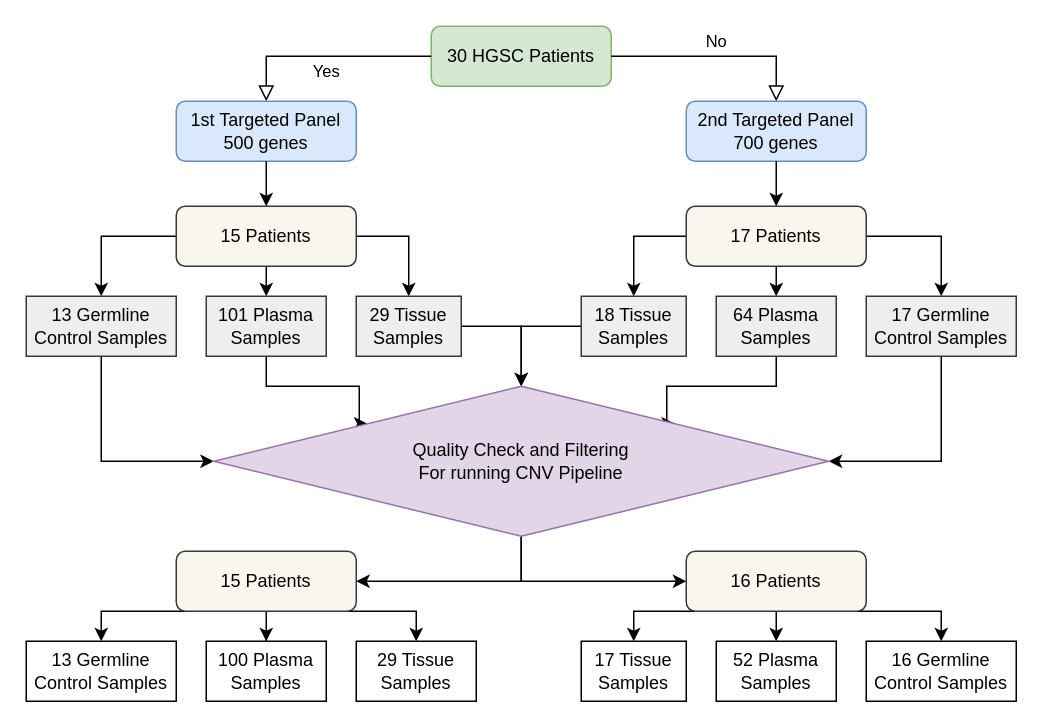
Above: Cohort.drawio in maitnnguyen/CNVpipeline4ctDNA (draw.io), before the change. Source tidied: cells renumbered, new cells numbered last; positions are measured from the earlier drawing's top-left corner, leaving out a move shared by most shapes. Both pictures are drawn from the tidied source at 150%, with x=0, y=0 at pixel (26, 26).
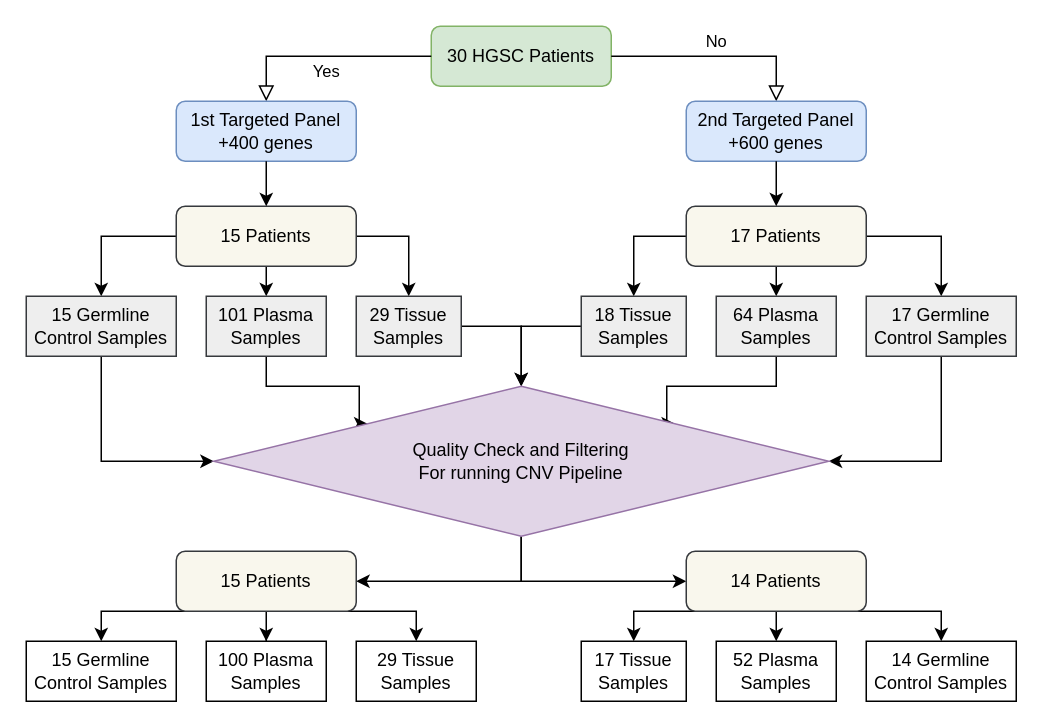
After the change.

Diff of the diagram source:
```diff
@@
-    <mxCell id="4" value="2nd Targeted Panel&lt;br&gt;700 genes" style="rounded=1;whiteSpace=wrap;html=1;fontSize=12;glass=0;strokeWidth=1;shadow=0;fillColor=#dae8fc;strokeColor=#6c8ebf;" parent="1" vertex="1">
+    <mxCell id="4" value="2nd Targeted Panel&lt;br&gt;+600 genes" style="rounded=1;whiteSpace=wrap;html=1;fontSize=12;glass=0;strokeWidth=1;shadow=0;fillColor=#dae8fc;strokeColor=#6c8ebf;" parent="1" vertex="1">
       <mxGeometry x="440" y="50" width="120" height="40" as="geometry" />
     </mxCell>
@@
-    <mxCell id="6" value="1st Targeted Panel&lt;br&gt;500 genes" style="rounded=1;whiteSpace=wrap;html=1;fontSize=12;glass=0;strokeWidth=1;shadow=0;fillColor=#dae8fc;strokeColor=#6c8ebf;" parent="1" vertex="1">
+    <mxCell id="6" value="1st Targeted Panel&lt;br&gt;+400 genes" style="rounded=1;whiteSpace=wrap;html=1;fontSize=12;glass=0;strokeWidth=1;shadow=0;fillColor=#dae8fc;strokeColor=#6c8ebf;" parent="1" vertex="1">
       <mxGeometry x="100" y="50" width="120" height="40" as="geometry" />
     </mxCell>
@@
-    <mxCell id="18" value="13 Germline Control Samples" style="rounded=0;whiteSpace=wrap;html=1;fillColor=#eeeeee;strokeColor=#36393d;" parent="1" vertex="1">
+    <mxCell id="18" value="15 Germline Control Samples" style="rounded=0;whiteSpace=wrap;html=1;fillColor=#eeeeee;strokeColor=#36393d;" parent="1" vertex="1">
       <mxGeometry y="180" width="100" height="40" as="geometry" />
     </mxCell>
@@
-    <mxCell id="39" value="16 Patients" style="rounded=1;whiteSpace=wrap;html=1;fontSize=12;glass=0;strokeWidth=1;shadow=0;fillColor=#f9f7ed;strokeColor=#36393d;" parent="1" vertex="1">
+    <mxCell id="39" value="14 Patients" style="rounded=1;whiteSpace=wrap;html=1;fontSize=12;glass=0;strokeWidth=1;shadow=0;fillColor=#f9f7ed;strokeColor=#36393d;" parent="1" vertex="1">
       <mxGeometry x="440" y="350" width="120" height="40" as="geometry" />
     </mxCell>
-    <mxCell id="40" value="13 Germline Control Samples" style="rounded=0;whiteSpace=wrap;html=1;" parent="1" vertex="1">
+    <mxCell id="40" value="15 Germline Control Samples" style="rounded=0;whiteSpace=wrap;html=1;" parent="1" vertex="1">
       <mxGeometry y="410" width="100" height="40" as="geometry" />
     </mxCell>
@@
-    <mxCell id="43" value="16 Germline Control Samples" style="rounded=0;whiteSpace=wrap;html=1;" parent="1" vertex="1">
+    <mxCell id="43" value="14 Germline Control Samples" style="rounded=0;whiteSpace=wrap;html=1;" parent="1" vertex="1">
       <mxGeometry x="560" y="410" width="100" height="40" as="geometry" />
     </mxCell>
```
